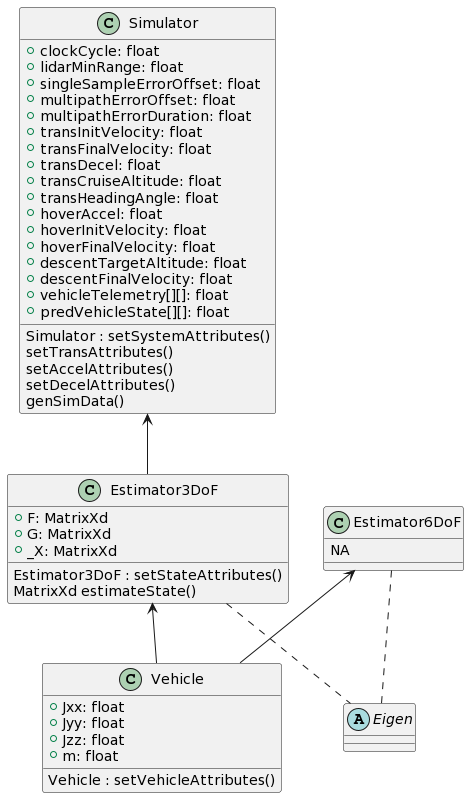
The PlantUML diagram class_diagram.png in atarasenk0/landing-vehicle-case-study, before a commit. Its diagram source:
```plantuml
@startuml
Simulator <-- Estimator3DoF
Estimator3DoF <-- Vehicle
Estimator3DoF .. Eigen
Estimator6DoF <-- Vehicle
Estimator6DoF .. Eigen

class Simulator {
+clockCycle: float
+lidarMinRange: float
+singleSampleErrorOffset: float
+multipathErrorOffset: float
+multipathErrorDuration: float
+transInitVelocity: float
+transFinalVelocity: float
+transDecel: float
+transCruiseAltitude: float
+transHeadingAngle: float
+hoverAccel: float
+hoverInitVelocity: float
+hoverFinalVelocity: float
+descentTargetAltitude: float
+descentFinalVelocity: float
+vehicleTelemetry[][]: float
+predVehicleState[][]: float
Simulator : setSystemAttributes()\nsetTransAttributes()\nsetAccelAttributes()\nsetDecelAttributes()\ngenSimData()
}

class Estimator3DoF{
+F: MatrixXd
+G: MatrixXd
+_X: MatrixXd
Estimator3DoF : setStateAttributes()\nMatrixXd estimateState()
}

class Vehicle {
+Jxx: float
+Jyy: float
+Jzz: float
+m: float
Vehicle : setVehicleAttributes()
}

abstract Eigen {}

Estimator6DoF : NA
@enduml
```
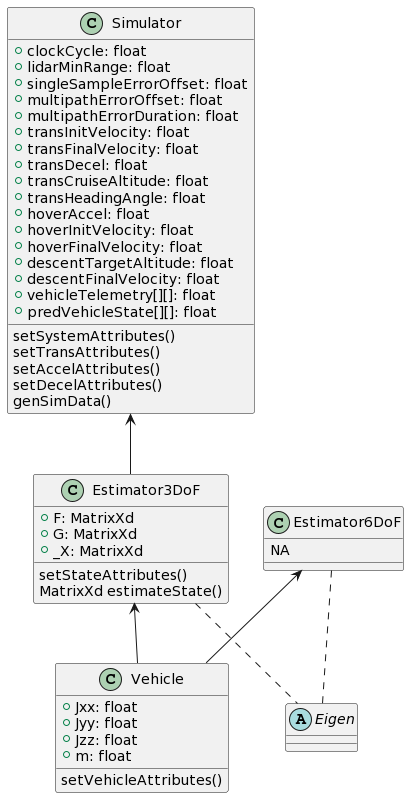
The same file after the commit.

Commit message:
Formatting & updated class diagram

Diff of the diagram source:
```diff
@@ -23,14 +23,14 @@
 +descentFinalVelocity: float
 +vehicleTelemetry[][]: float
 +predVehicleState[][]: float
-Simulator : setSystemAttributes()\nsetTransAttributes()\nsetAccelAttributes()\nsetDecelAttributes()\ngenSimData()
+setSystemAttributes()\nsetTransAttributes()\nsetAccelAttributes()\nsetDecelAttributes()\ngenSimData()
 }
 
 class Estimator3DoF{
 +F: MatrixXd
 +G: MatrixXd
 +_X: MatrixXd
-Estimator3DoF : setStateAttributes()\nMatrixXd estimateState()
+setStateAttributes()\nMatrixXd estimateState()
 }
 
 class Vehicle {
@@ -38,7 +38,7 @@
 +Jyy: float
 +Jzz: float
 +m: float
-Vehicle : setVehicleAttributes()
+setVehicleAttributes()
 }
 
 abstract Eigen {}
```
